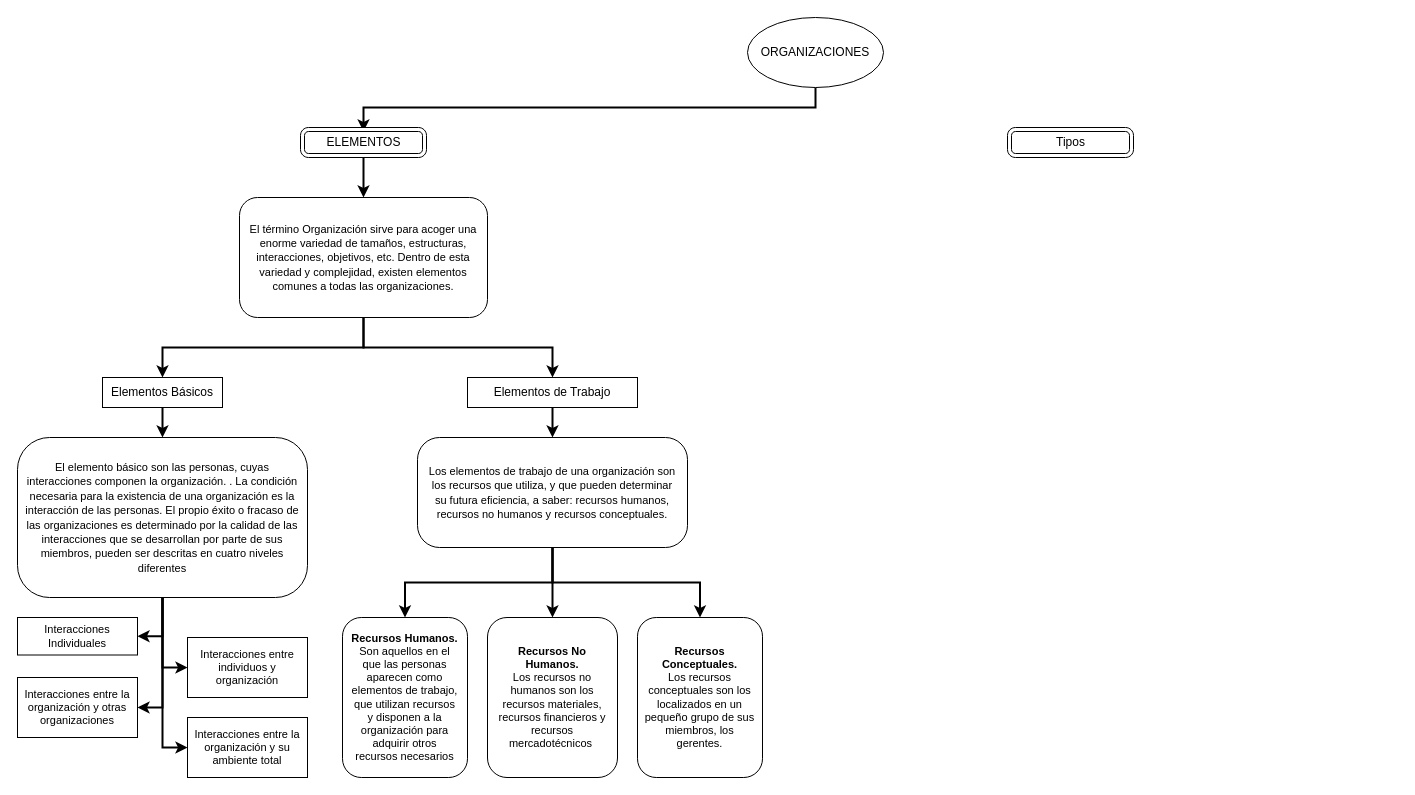
The draw.io diagram Untitled Diagram.drawio in IV4NTMR/IvanTonatiuhMartinezRamirez, before the edit. Source tidied: cells renumbered, new cells numbered last; positions are measured from the earlier drawing's top-left corner, leaving out a move shared by most shapes. Both pictures are drawn from the tidied source at 100%, with x=0, y=0 at pixel (17, 17).
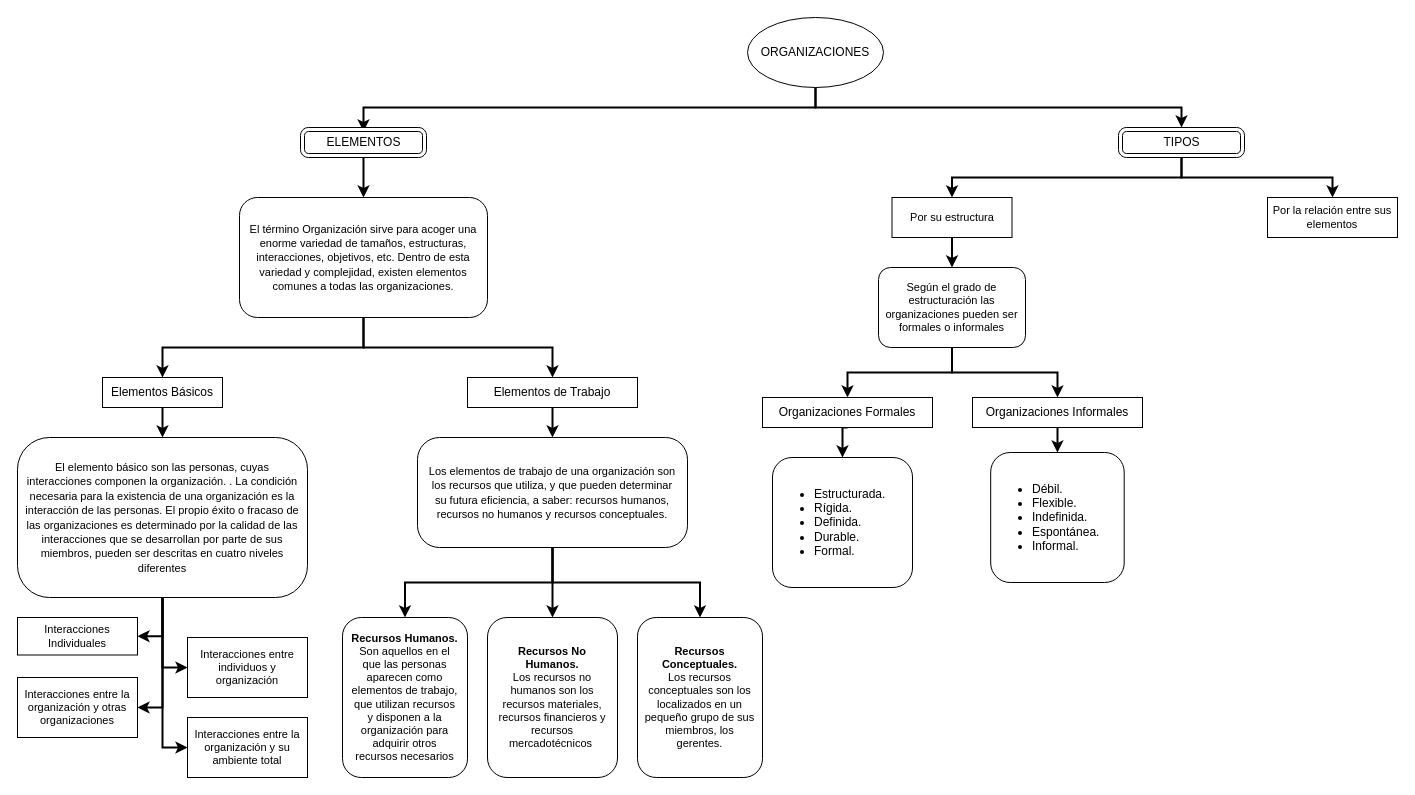
Above is the later version.

Unchanged cells that the change refers to:
```xml
<mxCell id="3" value="ORGANIZACIONES" style="ellipse;whiteSpace=wrap;html=1;" parent="1" vertex="1">
  <mxGeometry x="730" width="136" height="70" as="geometry" />
</mxCell>
```

Diff of the diagram source:
```diff
@@
+    <mxCell id="30" style="edgeStyle=orthogonalEdgeStyle;rounded=0;jettySize=auto;html=1;exitX=0.5;exitY=1;exitDx=0;exitDy=0;strokeWidth=2;fontSize=11;" parent="1" edge="1" source="3" target="29">
+      <mxGeometry relative="1" as="geometry" />
+    </mxCell>
@@
+    <mxCell id="31" style="edgeStyle=orthogonalEdgeStyle;rounded=0;jettySize=auto;html=1;exitX=0.5;exitY=1;exitDx=0;exitDy=0;exitPerimeter=0;entryX=0.5;entryY=0;entryDx=0;entryDy=0;strokeWidth=2;fontSize=11;" parent="1" edge="1" source="29" target="43">
+      <mxGeometry relative="1" as="geometry" />
+    </mxCell>
+    <mxCell id="32" style="edgeStyle=orthogonalEdgeStyle;rounded=0;jettySize=auto;html=1;exitX=0.5;exitY=1;exitDx=0;exitDy=0;exitPerimeter=0;strokeWidth=2;fontSize=11;" parent="1" edge="1" source="29" target="44">
+      <mxGeometry relative="1" as="geometry" />
+    </mxCell>
-    <mxCell id="29" value="Tipos" style="verticalLabelPosition=middle;verticalAlign=middle;html=1;shape=mxgraph.basic.rounded_frame;dx=4;align=center;labelPosition=center;" parent="1" vertex="1">
-      <mxGeometry x="990" y="110" width="126" height="30" as="geometry" />
+    <mxCell id="29" value="TIPOS" style="verticalLabelPosition=middle;verticalAlign=middle;html=1;shape=mxgraph.basic.rounded_frame;dx=4;align=center;labelPosition=center;" parent="1" vertex="1">
+      <mxGeometry x="1101" y="110" width="126" height="30" as="geometry" />
     </mxCell>
+    <mxCell id="33" value="&lt;ul&gt;&lt;li&gt;Estructurada.&lt;/li&gt;&lt;li&gt;Rígida.&lt;/li&gt;&lt;li&gt;Definida.&lt;/li&gt;&lt;li&gt;Durable.&lt;/li&gt;&lt;li&gt;Formal.&lt;/li&gt;&lt;/ul&gt;" style="rounded=1;whiteSpace=wrap;html=1;align=left;" parent="1" vertex="1">
+      <mxGeometry x="755" y="440" width="140" height="130" as="geometry" />
+    </mxCell>
+    <mxCell id="34" style="edgeStyle=orthogonalEdgeStyle;rounded=0;jettySize=auto;html=1;exitX=0.5;exitY=1;exitDx=0;exitDy=0;entryX=0.5;entryY=0;entryDx=0;entryDy=0;strokeWidth=2;fontSize=11;" parent="1" edge="1" source="35" target="33">
+      <mxGeometry relative="1" as="geometry" />
+    </mxCell>
+    <mxCell id="35" value="Organizaciones Formales" style="rounded=0;whiteSpace=wrap;html=1;" parent="1" vertex="1">
+      <mxGeometry x="745" y="380" width="170" height="30" as="geometry" />
+    </mxCell>
+    <mxCell id="36" style="edgeStyle=orthogonalEdgeStyle;rounded=0;jettySize=auto;html=1;exitX=0.5;exitY=1;exitDx=0;exitDy=0;entryX=0.5;entryY=0;entryDx=0;entryDy=0;strokeWidth=2;fontSize=11;" parent="1" edge="1" source="37" target="41">
+      <mxGeometry relative="1" as="geometry" />
+    </mxCell>
+    <mxCell id="37" value="Organizaciones Informales" style="rounded=0;whiteSpace=wrap;html=1;" parent="1" vertex="1">
+      <mxGeometry x="955" y="380" width="170" height="30" as="geometry" />
+    </mxCell>
+    <mxCell id="38" style="edgeStyle=orthogonalEdgeStyle;rounded=0;jettySize=auto;html=1;exitX=0.5;exitY=1;exitDx=0;exitDy=0;strokeWidth=2;fontSize=11;" parent="1" edge="1" source="40" target="35">
+      <mxGeometry relative="1" as="geometry" />
+    </mxCell>
+    <mxCell id="39" style="edgeStyle=orthogonalEdgeStyle;rounded=0;jettySize=auto;html=1;exitX=0.5;exitY=1;exitDx=0;exitDy=0;entryX=0.5;entryY=0;entryDx=0;entryDy=0;strokeWidth=2;fontSize=11;" parent="1" edge="1" source="40" target="37">
+      <mxGeometry relative="1" as="geometry" />
+    </mxCell>
+    <mxCell id="40" value="Según el grado de estructuración las organizaciones pueden ser formales o informales" style="rounded=1;whiteSpace=wrap;html=1;fontSize=11;" parent="1" vertex="1">
+      <mxGeometry x="861" y="250" width="147" height="80" as="geometry" />
+    </mxCell>
+    <mxCell id="41" value="&lt;ul&gt;&lt;li&gt;Débil.&lt;/li&gt;&lt;li&gt;Flexible.&lt;/li&gt;&lt;li&gt;Indefinida.&lt;/li&gt;&lt;li&gt;Espontánea.&lt;/li&gt;&lt;li&gt;Informal.&lt;/li&gt;&lt;/ul&gt;" style="rounded=1;whiteSpace=wrap;html=1;align=left;" parent="1" vertex="1">
+      <mxGeometry x="973.2" y="435" width="133.5" height="130" as="geometry" />
+    </mxCell>
+    <mxCell id="42" style="edgeStyle=orthogonalEdgeStyle;rounded=0;jettySize=auto;html=1;exitX=0.5;exitY=1;exitDx=0;exitDy=0;entryX=0.5;entryY=0;entryDx=0;entryDy=0;strokeWidth=2;fontSize=11;" parent="1" edge="1" source="43" target="40">
+      <mxGeometry relative="1" as="geometry" />
+    </mxCell>
+    <mxCell id="43" value="Por su estructura" style="rounded=0;whiteSpace=wrap;html=1;fontSize=11;" parent="1" vertex="1">
+      <mxGeometry x="874.5" y="180" width="120" height="40" as="geometry" />
+    </mxCell>
+    <mxCell id="44" value="Por la relación entre sus elementos" style="rounded=0;whiteSpace=wrap;html=1;fontSize=11;" parent="1" vertex="1">
+      <mxGeometry x="1250" y="180" width="130" height="40" as="geometry" />
+    </mxCell>
```
